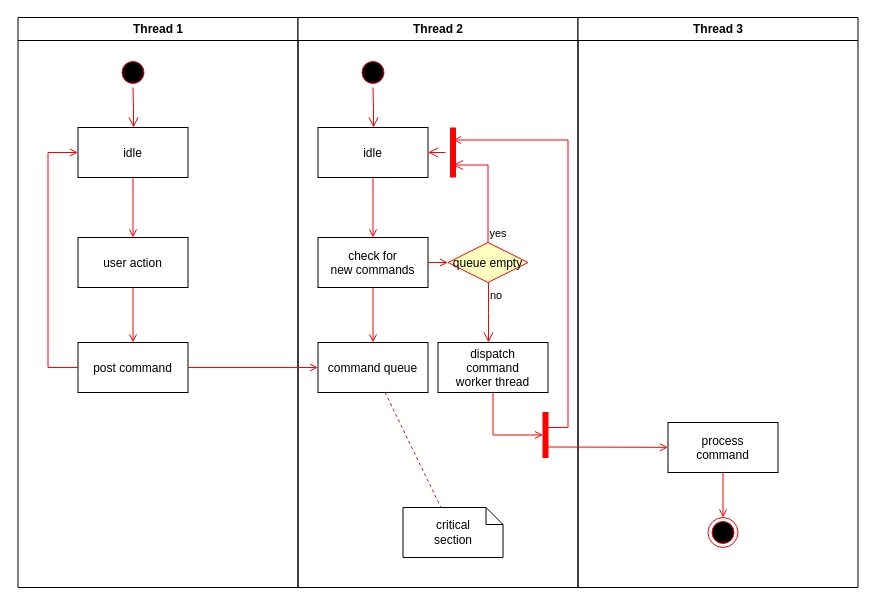
This is .drawio from hesiwei/diagrams, a draw.io file, before an edit. Source tidied: cells renumbered, new cells numbered last; positions are measured from the earlier drawing's top-left corner, leaving out a move shared by most shapes. Both pictures are drawn from the tidied source at 100%, with x=0, y=0 at pixel (17, 17).
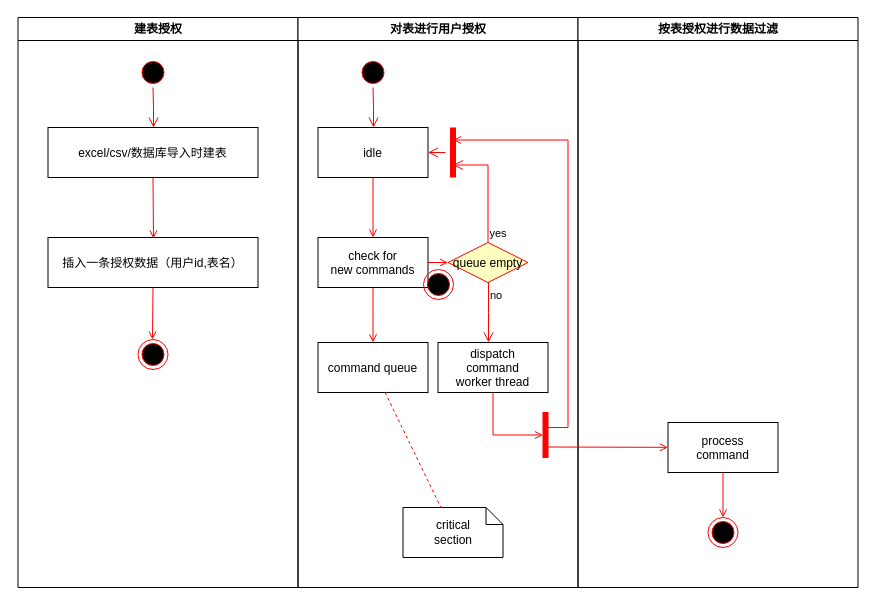
Above is the later version.

Unchanged cells that the change refers to:
```xml
<mxCell id="17" value="command queue" parent="11" vertex="1">
  <mxGeometry x="20" y="325" width="110" height="50" as="geometry" />
</mxCell>
```

The edit, as a diff of the source:
```diff
@@
-    <mxCell id="2" value="Thread 1" style="swimlane;whiteSpace=wrap;" parent="1" vertex="1">
+    <mxCell id="2" value="建表授权" style="swimlane;whiteSpace=wrap;" parent="1" vertex="1">
       <mxGeometry x="0.5" width="280" height="570" as="geometry" />
     </mxCell>
     <mxCell id="3" style="ellipse;shape=startState;fillColor=#000000;strokeColor=#ff0000;" parent="2" vertex="1">
-      <mxGeometry x="100" y="40" width="30" height="30" as="geometry" />
+      <mxGeometry x="120" y="40" width="30" height="30" as="geometry" />
     </mxCell>
@@
-    <mxCell id="5" value="idle" parent="2" vertex="1">
-      <mxGeometry x="60" y="110" width="110" height="50" as="geometry" />
+    <mxCell id="5" value="excel/csv/数据库导入时建表" parent="2" vertex="1">
+      <mxGeometry x="30" y="110" width="210" height="50" as="geometry" />
     </mxCell>
-    <mxCell id="6" value="user action" parent="2" vertex="1">
-      <mxGeometry x="60" y="220" width="110" height="50" as="geometry" />
+    <mxCell id="6" value="插入一条授权数据（用户id,表名）" parent="2" vertex="1">
+      <mxGeometry x="30" y="220" width="210" height="50" as="geometry" />
     </mxCell>
-    <mxCell id="7" style="endArrow=open;strokeColor=#FF0000;endFill=1;rounded=0;" parent="2" edge="1" source="5" target="6">
-      <mxGeometry relative="1" as="geometry" />
+    <mxCell id="7" style="endArrow=open;strokeColor=#FF0000;endFill=1;rounded=0;exitX=0.5;exitY=1;exitDx=0;exitDy=0;" parent="2" edge="1" source="5">
+      <mxGeometry relative="1" as="geometry">
+        <mxPoint x="135.5" y="221" as="targetPoint" />
+        <Array as="points">
+          <mxPoint x="135.5" y="221" />
+        </Array>
+      </mxGeometry>
     </mxCell>
-    <mxCell id="8" value="post command" parent="2" vertex="1">
-      <mxGeometry x="60" y="325" width="110" height="50" as="geometry" />
-    </mxCell>
-    <mxCell id="9" style="endArrow=open;strokeColor=#FF0000;endFill=1;rounded=0;" parent="2" edge="1" source="6" target="8">
-      <mxGeometry relative="1" as="geometry" />
-    </mxCell>
-    <mxCell id="10" style="edgeStyle=elbowEdgeStyle;elbow=horizontal;strokeColor=#FF0000;endArrow=open;endFill=1;rounded=0;" parent="2" edge="1" source="8" target="5">
-      <mxGeometry relative="1" as="geometry">
-        <Array as="points">
-          <mxPoint x="30" y="250" />
-        </Array>
-      </mxGeometry>
-    </mxCell>
+    <mxCell id="37" style="ellipse;html=1;shape=endState;fillColor=#000000;strokeColor=#ff0000;" parent="2" vertex="1">
+      <mxGeometry x="120" y="322" width="30" height="30" as="geometry" />
+    </mxCell>
+    <mxCell id="38" style="endArrow=open;strokeColor=#FF0000;endFill=1;rounded=0;exitX=0.5;exitY=1;exitDx=0;exitDy=0;" parent="2" edge="1" source="6">
+      <mxGeometry relative="1" as="geometry">
+        <mxPoint x="134.5" y="322" as="targetPoint" />
+      </mxGeometry>
+    </mxCell>
-    <mxCell id="11" value="Thread 2" style="swimlane;whiteSpace=wrap;" parent="1" vertex="1">
+    <mxCell id="11" value="对表进行用户授权" style="swimlane;whiteSpace=wrap;" parent="1" vertex="1">
       <mxGeometry x="280.5" width="280" height="570" as="geometry" />
     </mxCell>
@@
-    <mxCell id="30" value="Thread 3" style="swimlane;whiteSpace=wrap;" parent="1" vertex="1">
+    <mxCell id="30" value="按表授权进行数据过滤" style="swimlane;whiteSpace=wrap;" parent="1" vertex="1">
       <mxGeometry x="560.5" width="280" height="570" as="geometry" />
     </mxCell>
@@
-    <mxCell id="36" style="endArrow=open;strokeColor=#FF0000;endFill=1;rounded=0;" parent="1" edge="1" source="8" target="17">
-      <mxGeometry relative="1" as="geometry" />
-    </mxCell>
+    <mxCell id="39" style="ellipse;html=1;shape=endState;fillColor=#000000;strokeColor=#ff0000;" parent="1" vertex="1">
+      <mxGeometry x="406" y="252" width="30" height="30" as="geometry" />
+    </mxCell>
```
